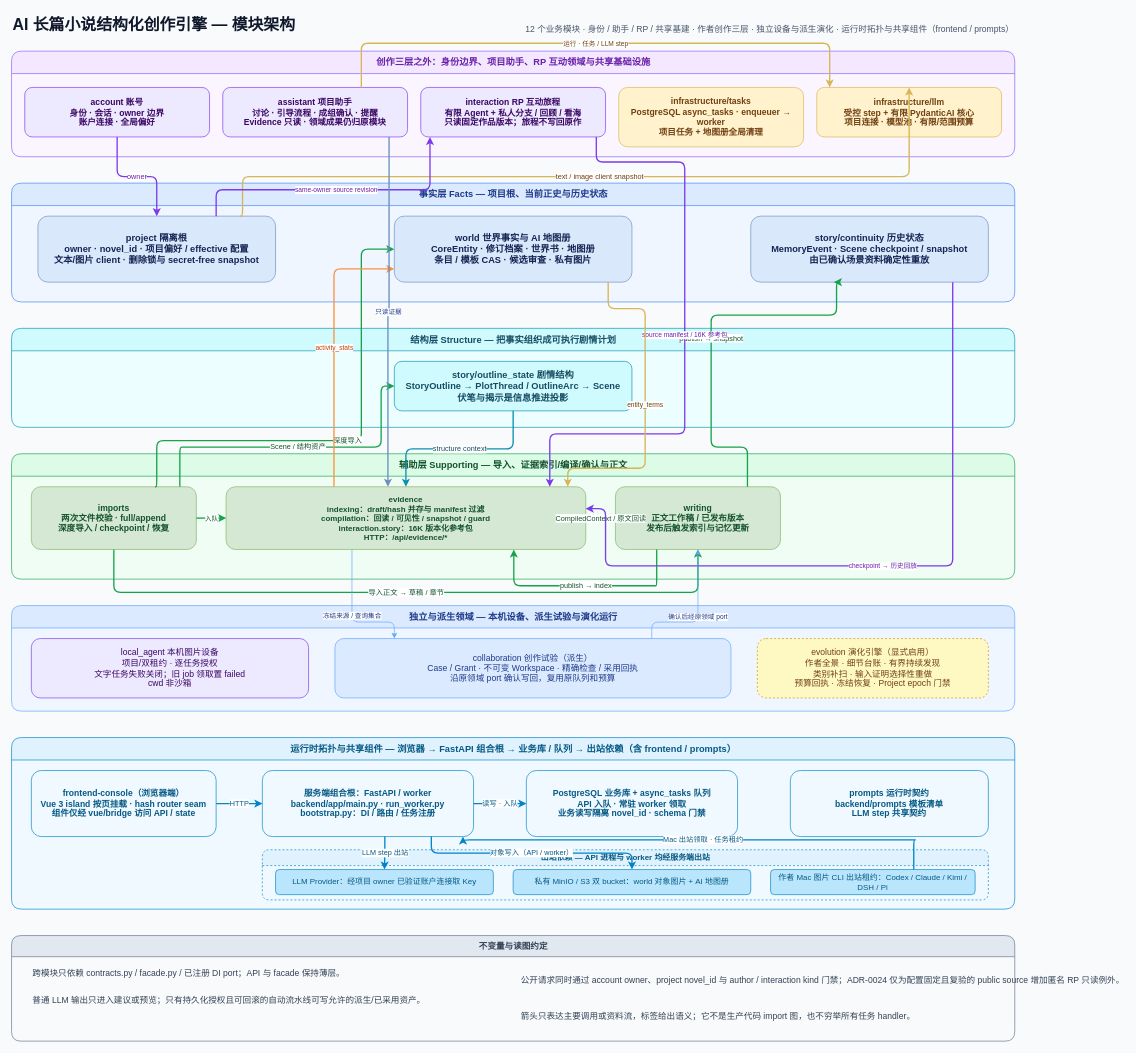
This is docs/architecture/module-architecture.drawio from FengHuoLinShan/ai-writing-assist, a draw.io file, before an edit. Source tidied: cells renumbered, new cells numbered last; positions are measured from the earlier drawing's top-left corner, leaving out a move shared by most shapes. Both pictures are drawn from the tidied source at 66%, with x=0, y=0 at pixel (11, 11).
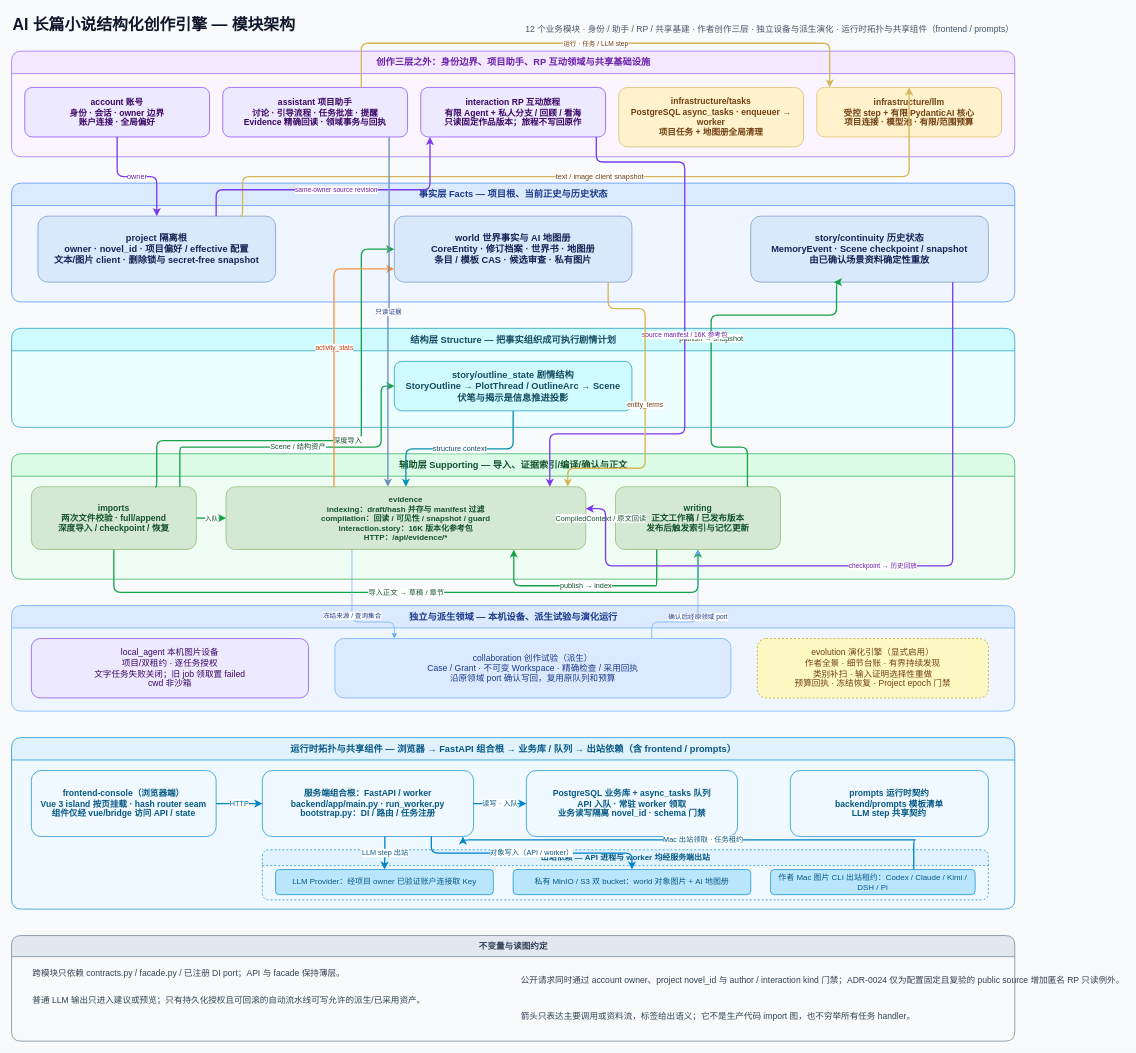
The same page after the edit.

Unchanged cells that the change refers to:
```xml
<mxCell id="4" value="创作三层之外：身份边界、项目助手、RP 互动领域与共享基础设施" style="swimlane;startSize=34;horizontal=1;rounded=1;html=1;fillColor=#f3e8ff;swimlaneFillColor=#faf5ff;strokeColor=#8b5cf6;fontColor=#6b21a8;fontSize=14;fontStyle=1;" parent="1" vertex="1">
  <mxGeometry y="60" width="1520" height="160" as="geometry" />
</mxCell>
```

The edit, as a diff of the source:
```diff
@@
-    <mxCell id="6" value="assistant 项目助手&#10;讨论 · 引导流程 · 成组确认 · 提醒&#10;Evidence 只读 · 领域成果仍归原模块" style="rounded=1;whiteSpace=wrap;html=1;fillColor=#ede9fe;strokeColor=#7c3aed;fontColor=#3b0764;fontSize=13;fontStyle=1;spacing=8;" parent="4" vertex="1">
+    <mxCell id="6" value="assistant 项目助手&#10;讨论 · 引导流程 · 任务批准 · 提醒&#10;Evidence 精确回读 · 领域事务与回执" style="rounded=1;whiteSpace=wrap;html=1;fillColor=#ede9fe;strokeColor=#7c3aed;fontColor=#3b0764;fontSize=13;fontStyle=1;spacing=8;" parent="4" vertex="1">
       <mxGeometry x="320" y="55" width="280" height="75" as="geometry" />
     </mxCell>
```
